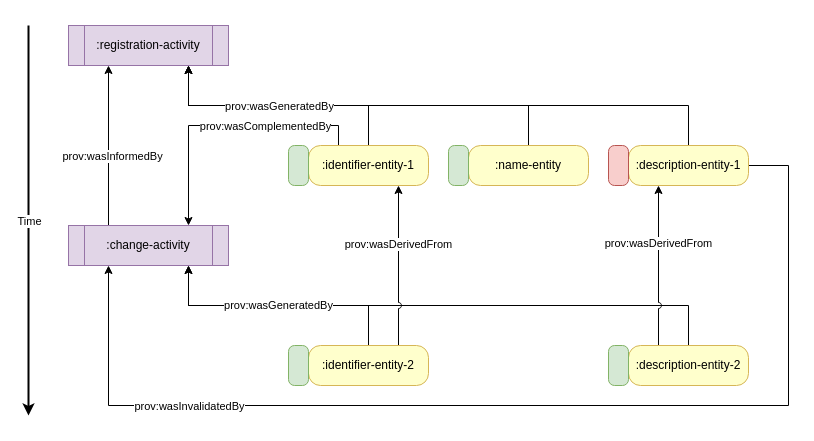
swiss/paf-link keeps this draw.io diagram as img/design_principles_change.drawio. Above is the earlier version. Source tidied: cells renumbered, new cells numbered last; positions are measured from the earlier drawing's top-left corner, leaving out a move shared by most shapes. Both pictures are drawn from the tidied source at 100%, with x=0, y=0 at pixel (28, 25).
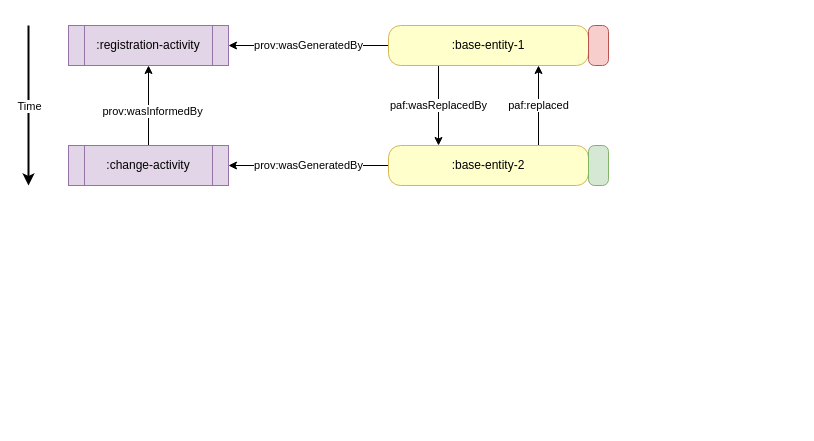
Above is the later version.

Commit message (it also covers changes not shown here):
new design principles

Unchanged cells that the change refers to:
```xml
<mxCell id="6" value=":registration-activity" style="shape=process;whiteSpace=wrap;html=1;backgroundOutline=1;fillColor=#e1d5e7;strokeColor=#9673a6;" parent="1" vertex="1">
  <mxGeometry x="40" width="160" height="40" as="geometry" />
</mxCell>
```

The edit, as a diff of the source:
```diff
@@
-    <mxCell id="2" style="edgeStyle=orthogonalEdgeStyle;html=1;exitX=0.5;exitY=0;exitDx=0;exitDy=0;entryX=0.75;entryY=1;entryDx=0;entryDy=0;rounded=0;" parent="1" edge="1" source="5" target="6">
+    <mxCell id="2" value="prov:wasGeneratedBy" style="edgeStyle=none;html=1;exitX=0;exitY=0.5;exitDx=0;exitDy=0;entryX=1;entryY=0.5;entryDx=0;entryDy=0;" parent="1" edge="1" source="5" target="6">
       <mxGeometry relative="1" as="geometry" />
     </mxCell>
-    <mxCell id="3" style="edgeStyle=orthogonalEdgeStyle;rounded=0;html=1;exitX=0.25;exitY=0;exitDx=0;exitDy=0;entryX=0.75;entryY=0;entryDx=0;entryDy=0;" parent="1" edge="1" source="5" target="20">
-      <mxGeometry relative="1" as="geometry">
-        <Array as="points">
-          <mxPoint x="310" y="100" />
-          <mxPoint x="160" y="100" />
-        </Array>
-      </mxGeometry>
-    </mxCell>
-    <mxCell id="4" value="prov:wasComplementedBy" style="edgeLabel;html=1;align=center;verticalAlign=middle;" parent="3" vertex="1">
-      <mxGeometry x="-0.16" relative="1" as="geometry">
-        <mxPoint x="19" as="offset" />
-      </mxGeometry>
-    </mxCell>
+    <mxCell id="33" value="paf:wasReplacedBy" style="edgeStyle=none;html=1;exitX=0.25;exitY=1;exitDx=0;exitDy=0;entryX=0.25;entryY=0;entryDx=0;entryDy=0;" parent="1" edge="1" source="5" target="24">
+      <mxGeometry relative="1" as="geometry" />
+    </mxCell>
-    <mxCell id="5" value=":identifier-entity-1" style="rounded=1;whiteSpace=wrap;html=1;fillColor=#FFFFCC;strokeColor=#d6b656;arcSize=30;" parent="1" vertex="1">
-      <mxGeometry x="280" y="120" width="120" height="40" as="geometry" />
+    <mxCell id="5" value=":base-entity-1" style="rounded=1;whiteSpace=wrap;html=1;fillColor=#FFFFCC;strokeColor=#d6b656;arcSize=30;" parent="1" vertex="1">
+      <mxGeometry x="360" width="200" height="40" as="geometry" />
     </mxCell>
@@
-    <mxCell id="7" style="edgeStyle=orthogonalEdgeStyle;html=1;exitX=0.5;exitY=0;exitDx=0;exitDy=0;rounded=0;entryX=0.75;entryY=1;entryDx=0;entryDy=0;" parent="1" edge="1" source="10" target="6">
-      <mxGeometry relative="1" as="geometry" />
-    </mxCell>
-    <mxCell id="8" style="edgeStyle=orthogonalEdgeStyle;rounded=0;html=1;exitX=1;exitY=0.5;exitDx=0;exitDy=0;entryX=0.25;entryY=1;entryDx=0;entryDy=0;" parent="1" edge="1" source="10" target="20">
-      <mxGeometry relative="1" as="geometry">
-        <Array as="points">
-          <mxPoint x="760" y="140" />
-          <mxPoint x="760" y="380" />
-          <mxPoint x="80" y="380" />
-        </Array>
-      </mxGeometry>
-    </mxCell>
-    <mxCell id="9" value="prov:wasInvalidatedBy" style="edgeLabel;html=1;align=center;verticalAlign=middle;" parent="8" vertex="1">
-      <mxGeometry x="0.6" relative="1" as="geometry" />
-    </mxCell>
-    <mxCell id="10" value=":description-entity-1" style="rounded=1;whiteSpace=wrap;html=1;fillColor=#FFFFCC;strokeColor=#d6b656;arcSize=30;" parent="1" vertex="1">
-      <mxGeometry x="600" y="120" width="120" height="40" as="geometry" />
-    </mxCell>
-    <mxCell id="11" style="edgeStyle=orthogonalEdgeStyle;html=1;exitX=0.5;exitY=0;exitDx=0;exitDy=0;entryX=0.75;entryY=1;entryDx=0;entryDy=0;rounded=0;jumpStyle=arc;" parent="1" edge="1" source="15" target="20">
-      <mxGeometry relative="1" as="geometry" />
-    </mxCell>
-    <mxCell id="12" style="edgeStyle=orthogonalEdgeStyle;rounded=0;html=1;exitX=0.25;exitY=0;exitDx=0;exitDy=0;entryX=0.25;entryY=1;entryDx=0;entryDy=0;jumpStyle=arc;" parent="1" edge="1" source="15" target="10">
-      <mxGeometry relative="1" as="geometry" />
-    </mxCell>
-    <mxCell id="13" style="edgeLabel;html=1;align=center;verticalAlign=middle;" parent="12" vertex="1">
-      <mxGeometry x="0.25" y="-2" relative="1" as="geometry" />
-    </mxCell>
-    <mxCell id="14" value="prov:wasDerivedFrom" style="edgeLabel;html=1;align=center;verticalAlign=middle;" parent="12" vertex="1">
-      <mxGeometry x="0.29" y="1" relative="1" as="geometry" />
-    </mxCell>
-    <mxCell id="15" value=":description-entity-2" style="rounded=1;whiteSpace=wrap;html=1;fillColor=#FFFFCC;strokeColor=#d6b656;arcSize=30;" parent="1" vertex="1">
-      <mxGeometry x="600" y="320" width="120" height="40" as="geometry" />
-    </mxCell>
     <mxCell id="16" style="endArrow=classic;html=1;strokeWidth=2;" parent="1" edge="1">
       <mxGeometry relative="1" as="geometry">
         <mxPoint as="sourcePoint" />
-        <mxPoint y="390" as="targetPoint" />
+        <mxPoint y="160" as="targetPoint" />
       </mxGeometry>
     </mxCell>
@@
-    <mxCell id="18" style="edgeStyle=none;html=1;exitX=0.25;exitY=0;exitDx=0;exitDy=0;entryX=0.25;entryY=1;entryDx=0;entryDy=0;" parent="1" edge="1" source="20" target="6">
+    <mxCell id="18" style="edgeStyle=none;html=1;exitX=0.5;exitY=0;exitDx=0;exitDy=0;entryX=0.5;entryY=1;entryDx=0;entryDy=0;" parent="1" edge="1" source="20" target="6">
       <mxGeometry relative="1" as="geometry" />
     </mxCell>
@@
     <mxCell id="20" value=":change-activity" style="shape=process;whiteSpace=wrap;html=1;backgroundOutline=1;fillColor=#e1d5e7;strokeColor=#9673a6;" parent="1" vertex="1">
-      <mxGeometry x="40" y="200" width="160" height="40" as="geometry" />
+      <mxGeometry x="40" y="120" width="160" height="40" as="geometry" />
     </mxCell>
-    <mxCell id="21" value="prov:wasGeneratedBy" style="edgeStyle=orthogonalEdgeStyle;html=1;exitX=0.5;exitY=0;exitDx=0;exitDy=0;entryX=0.75;entryY=1;entryDx=0;entryDy=0;rounded=0;jumpStyle=arc;" parent="1" edge="1" source="24" target="20">
+    <mxCell id="21" value="prov:wasGeneratedBy" style="edgeStyle=none;html=1;exitX=0;exitY=0.5;exitDx=0;exitDy=0;entryX=1;entryY=0.5;entryDx=0;entryDy=0;" parent="1" edge="1" source="24" target="20">
       <mxGeometry relative="1" as="geometry" />
     </mxCell>
-    <mxCell id="22" style="edgeStyle=orthogonalEdgeStyle;rounded=0;html=1;exitX=0.75;exitY=0;exitDx=0;exitDy=0;entryX=0.75;entryY=1;entryDx=0;entryDy=0;jumpStyle=arc;" parent="1" edge="1" source="24" target="5">
+    <mxCell id="22" value="paf:replaced" style="edgeStyle=none;html=1;exitX=0.75;exitY=0;exitDx=0;exitDy=0;entryX=0.75;entryY=1;entryDx=0;entryDy=0;" parent="1" edge="1" source="24" target="5">
       <mxGeometry relative="1" as="geometry" />
     </mxCell>
-    <mxCell id="23" value="prov:wasDerivedFrom" style="edgeLabel;html=1;align=center;verticalAlign=middle;" parent="22" vertex="1">
-      <mxGeometry x="0.28" y="1" relative="1" as="geometry" />
-    </mxCell>
-    <mxCell id="24" value=":identifier-entity-2" style="rounded=1;whiteSpace=wrap;html=1;fillColor=#FFFFCC;strokeColor=#d6b656;arcSize=30;" parent="1" vertex="1">
-      <mxGeometry x="280" y="320" width="120" height="40" as="geometry" />
+    <mxCell id="24" value=":base-entity-2" style="rounded=1;whiteSpace=wrap;html=1;fillColor=#FFFFCC;strokeColor=#d6b656;arcSize=30;" parent="1" vertex="1">
+      <mxGeometry x="360" y="120" width="200" height="40" as="geometry" />
     </mxCell>
-    <mxCell id="25" style="edgeStyle=orthogonalEdgeStyle;html=1;exitX=0.5;exitY=0;exitDx=0;exitDy=0;entryX=0.75;entryY=1;entryDx=0;entryDy=0;rounded=0;" parent="1" edge="1" source="27" target="6">
-      <mxGeometry relative="1" as="geometry" />
-    </mxCell>
-    <mxCell id="26" value="prov:wasGeneratedBy" style="edgeLabel;html=1;align=center;verticalAlign=middle;" parent="25" vertex="1">
-      <mxGeometry x="0.45" y="3" relative="1" as="geometry">
-        <mxPoint x="15" y="-3" as="offset" />
-      </mxGeometry>
-    </mxCell>
-    <mxCell id="27" value=":name-entity" style="rounded=1;whiteSpace=wrap;html=1;fillColor=#FFFFCC;strokeColor=#d6b656;arcSize=30;" parent="1" vertex="1">
-      <mxGeometry x="440" y="120" width="120" height="40" as="geometry" />
-    </mxCell>
-    <mxCell id="28" style="rounded=1;whiteSpace=wrap;html=1;fillColor=#d5e8d4;strokeColor=#82b366;arcSize=30;" parent="1" vertex="1">
-      <mxGeometry x="260" y="120" width="20" height="40" as="geometry" />
+    <mxCell id="28" style="rounded=1;whiteSpace=wrap;html=1;fillColor=#f8cecc;strokeColor=#b85450;arcSize=30;" parent="1" vertex="1">
+      <mxGeometry x="560" width="20" height="40" as="geometry" />
     </mxCell>
     <mxCell id="29" style="rounded=1;whiteSpace=wrap;html=1;fillColor=#d5e8d4;strokeColor=#82b366;arcSize=30;" parent="1" vertex="1">
-      <mxGeometry x="260" y="320" width="20" height="40" as="geometry" />
+      <mxGeometry x="560" y="120" width="20" height="40" as="geometry" />
     </mxCell>
-    <mxCell id="30" style="rounded=1;whiteSpace=wrap;html=1;fillColor=#d5e8d4;strokeColor=#82b366;arcSize=30;" parent="1" vertex="1">
-      <mxGeometry x="420" y="120" width="20" height="40" as="geometry" />
-    </mxCell>
-    <mxCell id="31" style="rounded=1;whiteSpace=wrap;html=1;fillColor=#f8cecc;strokeColor=#b85450;arcSize=30;" parent="1" vertex="1">
-      <mxGeometry x="580" y="120" width="20" height="40" as="geometry" />
-    </mxCell>
-    <mxCell id="32" style="rounded=1;whiteSpace=wrap;html=1;fillColor=#d5e8d4;strokeColor=#82b366;arcSize=30;" parent="1" vertex="1">
-      <mxGeometry x="580" y="320" width="20" height="40" as="geometry" />
-    </mxCell>
```
